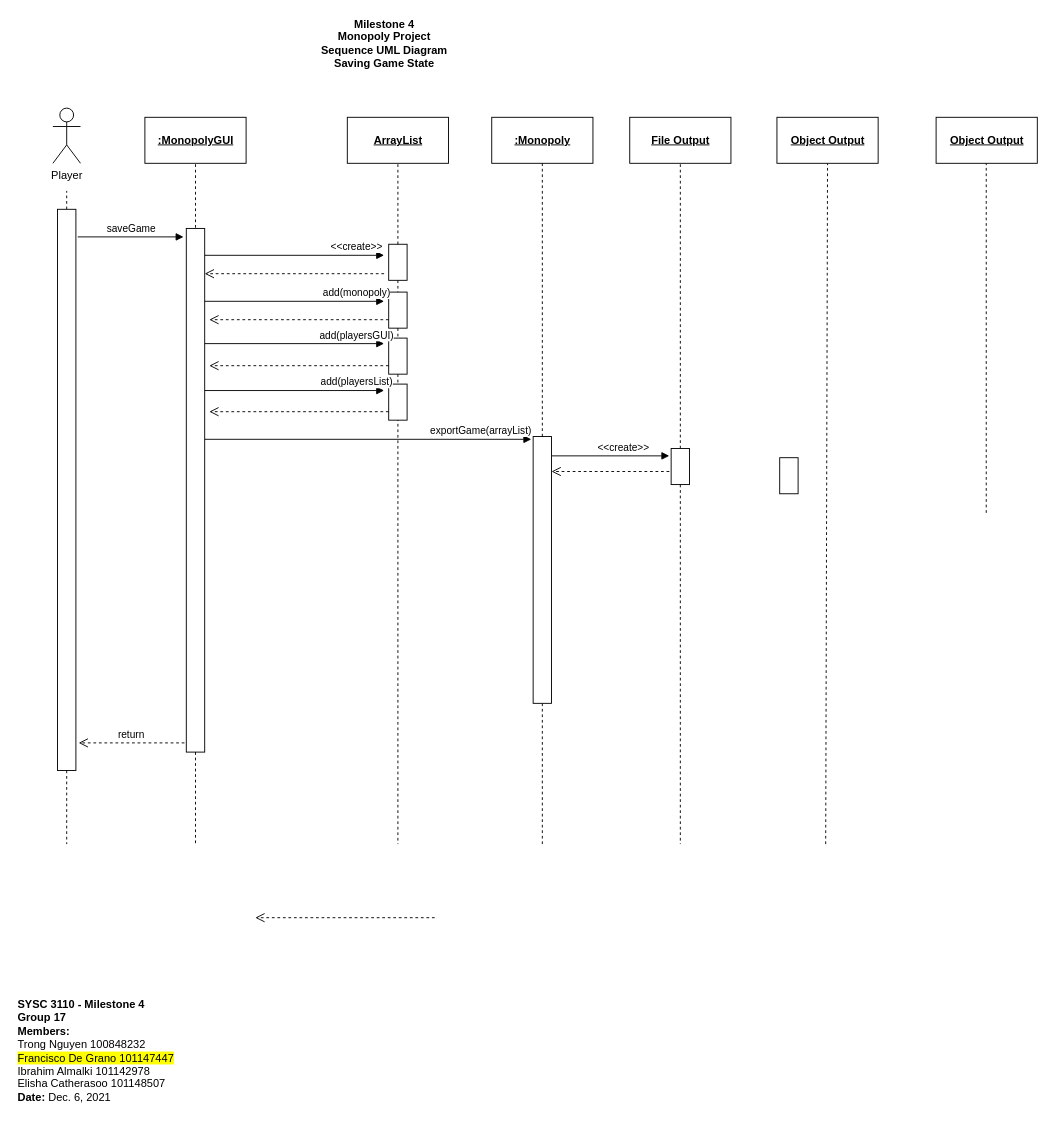
Before: page "SequenceUML_1" (2 of 5) of M4_ClassUML.drawio in trong0dn/monopoly, a draw.io diagram. Source tidied: cells renumbered, new cells numbered last; positions are measured from the earlier drawing's top-left corner, leaving out a move shared by most shapes. Both pictures are drawn from the tidied source at 92%, with x=0, y=0 at pixel (16, 16).
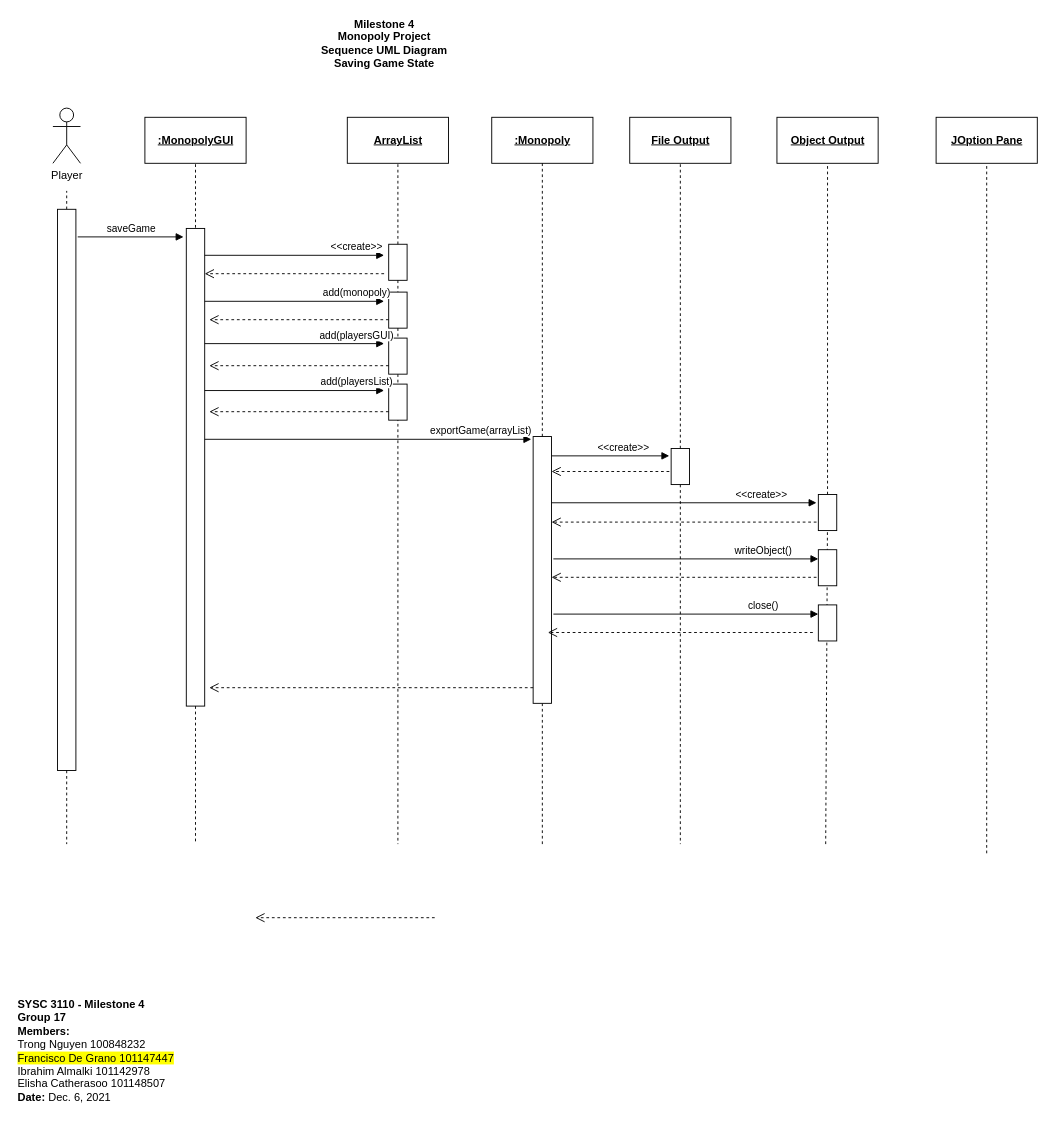
The same diagram, later.

Diff of the diagram source:
```diff
@@
     <mxCell id="9" style="rounded=0;whiteSpace=wrap;html=1;align=left;" parent="1" vertex="1">
-      <mxGeometry x="185" y="230.8" width="20" height="569.2" as="geometry" />
+      <mxGeometry x="185" y="230.8" width="20" height="519.2" as="geometry" />
     </mxCell>
@@
-    <mxCell id="13" value="return" style="html=1;verticalAlign=bottom;endArrow=open;dashed=1;endSize=8;rounded=0;" parent="1" edge="1">
-      <mxGeometry relative="1" as="geometry">
-        <mxPoint x="183" y="790" as="sourcePoint" />
-        <mxPoint x="68" y="790" as="targetPoint" />
-      </mxGeometry>
-    </mxCell>
@@
-    <mxCell id="21" style="endArrow=none;dashed=1;html=1;rounded=0;" parent="1" edge="1">
+    <mxCell id="21" style="endArrow=none;dashed=1;html=1;rounded=0;startArrow=none;" parent="1" edge="1" source="47">
       <mxGeometry relative="1" as="geometry">
-        <mxPoint x="880" y="900" as="sourcePoint" />
         <mxPoint x="882" y="160" as="targetPoint" />
       </mxGeometry>
     </mxCell>
@@
-    <mxCell id="27" value="&lt;b&gt;&lt;u&gt;Object Output&lt;/u&gt;&lt;/b&gt;" style="html=1;align=center;" parent="1" vertex="1">
+    <mxCell id="27" value="&lt;b&gt;&lt;u&gt;JOption Pane&lt;/u&gt;&lt;/b&gt;" style="html=1;align=center;" parent="1" vertex="1">
       <mxGeometry x="1000" y="110" width="110" height="50" as="geometry" />
     </mxCell>
-    <mxCell id="28" style="endArrow=none;dashed=1;html=1;rounded=0;" parent="1" edge="1">
+    <mxCell id="28" style="endArrow=none;dashed=1;html=1;rounded=0;entryX=0.5;entryY=1;entryDx=0;entryDy=0;" parent="1" edge="1" target="27">
       <mxGeometry relative="1" as="geometry">
-        <mxPoint x="1054.5" y="540" as="sourcePoint" />
-        <mxPoint x="1054.5" y="160" as="targetPoint" />
+        <mxPoint x="1055" y="910" as="sourcePoint" />
       </mxGeometry>
     </mxCell>
@@
     <mxCell id="47" style="rounded=0;whiteSpace=wrap;html=1;align=left;" parent="1" vertex="1">
-      <mxGeometry x="830" y="480" width="20" height="39.2" as="geometry" />
+      <mxGeometry x="872" y="520" width="20" height="39.2" as="geometry" />
     </mxCell>
+    <mxCell id="48" style="endArrow=none;dashed=1;html=1;rounded=0;" parent="1" edge="1" target="47">
+      <mxGeometry relative="1" as="geometry">
+        <mxPoint x="880" y="900" as="sourcePoint" />
+      </mxGeometry>
+    </mxCell>
+    <mxCell id="49" value="&amp;lt;&amp;lt;create&amp;gt;&amp;gt;" style="html=1;verticalAlign=bottom;endArrow=block;rounded=0;" parent="1" edge="1">
+      <mxGeometry x="0.58" relative="1" as="geometry">
+        <mxPoint x="582" y="529" as="sourcePoint" />
+        <mxPoint x="870" y="529" as="targetPoint" />
+      </mxGeometry>
+    </mxCell>
+    <mxCell id="50" style="html=1;verticalAlign=bottom;endArrow=open;dashed=1;endSize=8;rounded=0;" parent="1" edge="1">
+      <mxGeometry relative="1" as="geometry">
+        <mxPoint x="870" y="550" as="sourcePoint" />
+        <mxPoint x="582" y="550" as="targetPoint" />
+      </mxGeometry>
+    </mxCell>
+    <mxCell id="51" style="rounded=0;whiteSpace=wrap;html=1;align=left;" parent="1" vertex="1">
+      <mxGeometry x="872" y="580" width="20" height="39.2" as="geometry" />
+    </mxCell>
+    <mxCell id="52" value="writeObject()" style="html=1;verticalAlign=bottom;endArrow=block;rounded=0;" parent="1" edge="1">
+      <mxGeometry x="0.58" relative="1" as="geometry">
+        <mxPoint x="584" y="590" as="sourcePoint" />
+        <mxPoint x="872" y="590" as="targetPoint" />
+      </mxGeometry>
+    </mxCell>
+    <mxCell id="53" style="html=1;verticalAlign=bottom;endArrow=open;dashed=1;endSize=8;rounded=0;" parent="1" edge="1">
+      <mxGeometry relative="1" as="geometry">
+        <mxPoint x="870" y="610" as="sourcePoint" />
+        <mxPoint x="582" y="610" as="targetPoint" />
+      </mxGeometry>
+    </mxCell>
+    <mxCell id="54" style="rounded=0;whiteSpace=wrap;html=1;align=left;" parent="1" vertex="1">
+      <mxGeometry x="872" y="640" width="20" height="39.2" as="geometry" />
+    </mxCell>
+    <mxCell id="55" value="close()" style="html=1;verticalAlign=bottom;endArrow=block;rounded=0;" parent="1" edge="1">
+      <mxGeometry x="0.58" relative="1" as="geometry">
+        <mxPoint x="584" y="650" as="sourcePoint" />
+        <mxPoint x="872" y="650" as="targetPoint" />
+      </mxGeometry>
+    </mxCell>
+    <mxCell id="56" style="html=1;verticalAlign=bottom;endArrow=open;dashed=1;endSize=8;rounded=0;" parent="1" edge="1">
+      <mxGeometry relative="1" as="geometry">
+        <mxPoint x="866" y="670" as="sourcePoint" />
+        <mxPoint x="578" y="670" as="targetPoint" />
+      </mxGeometry>
+    </mxCell>
+    <mxCell id="57" style="html=1;verticalAlign=bottom;endArrow=open;dashed=1;endSize=8;rounded=0;" parent="1" edge="1">
+      <mxGeometry relative="1" as="geometry">
+        <mxPoint x="562" y="730" as="sourcePoint" />
+        <mxPoint x="210" y="730" as="targetPoint" />
+      </mxGeometry>
+    </mxCell>
```
